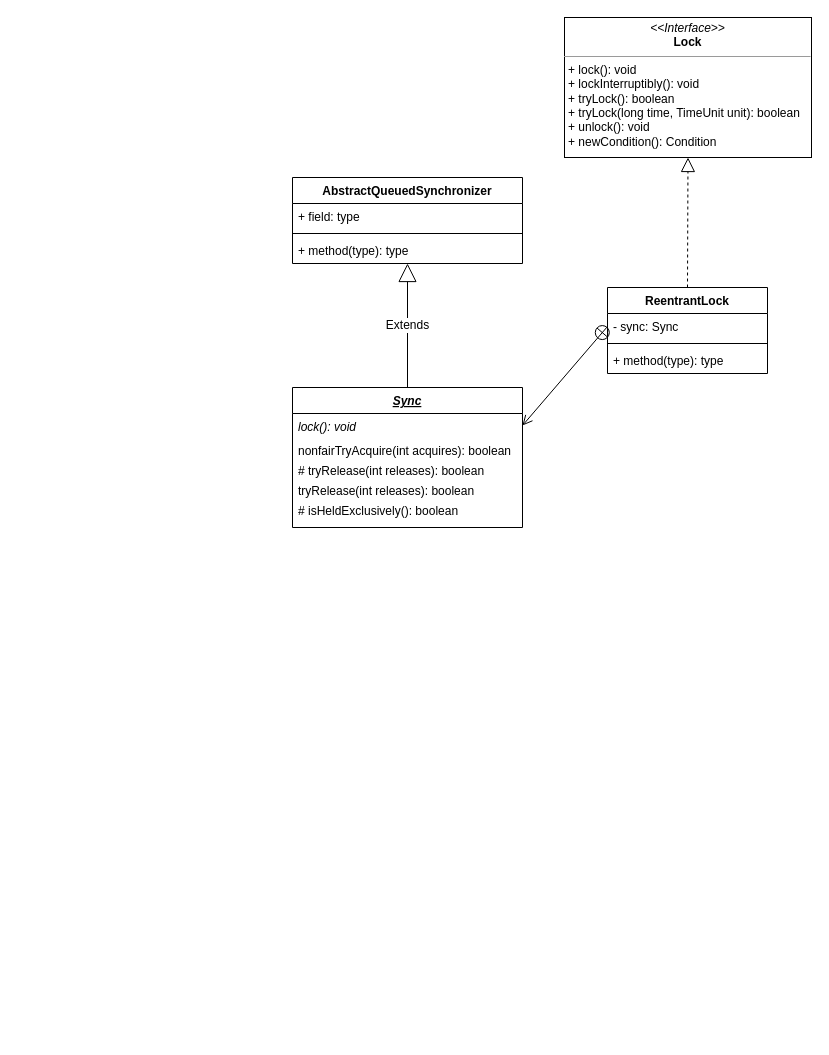
This is ReentrantLock.drawio from a7956232/drawIOFiles, a draw.io file, before an edit. Source tidied: cells renumbered, new cells numbered last; positions are measured from the earlier drawing's top-left corner, leaving out a move shared by most shapes. Both pictures are drawn from the tidied source at 100%, with x=0, y=0 at pixel (292, 17).
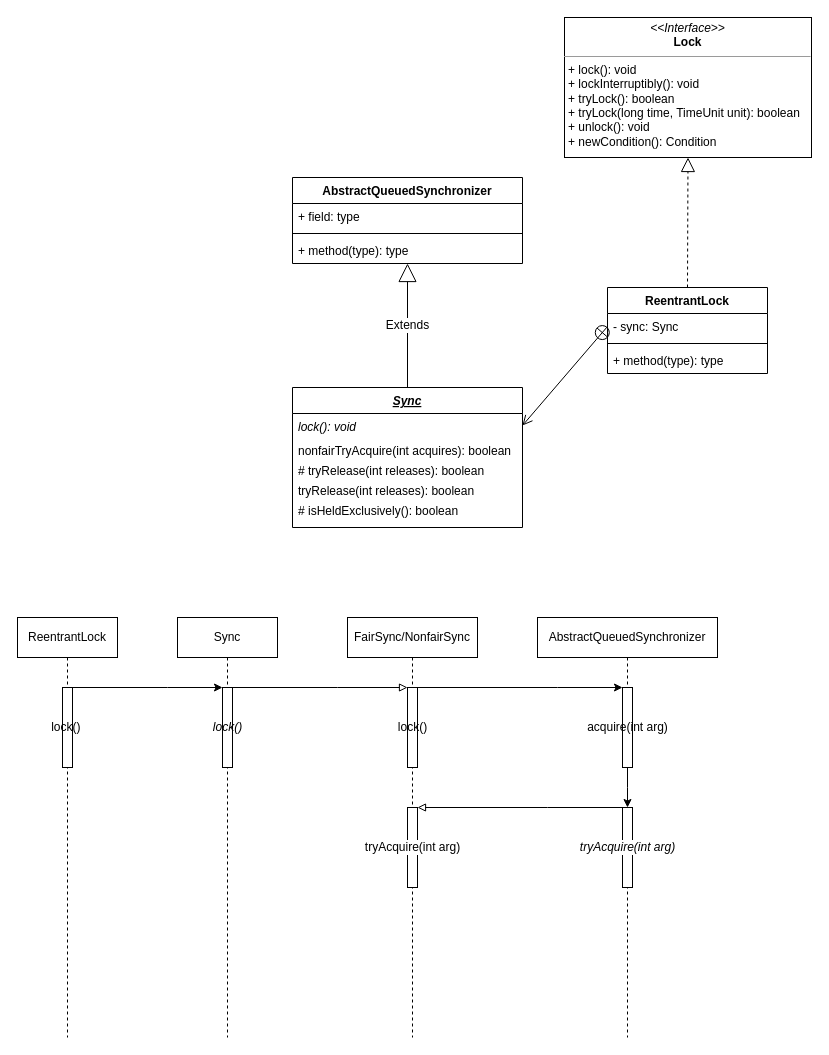
The same page after the edit.

Change to the diagram source:
```diff
@@
+    <mxCell id="20" value="ReentrantLock" style="shape=umlLifeline;perimeter=lifelinePerimeter;whiteSpace=wrap;html=1;newEdgeStyle={&quot;edgeStyle&quot;:&quot;elbowEdgeStyle&quot;,&quot;elbow&quot;:&quot;vertical&quot;,&quot;curved&quot;:0,&quot;rounded&quot;:0};" parent="1" vertex="1">
+      <mxGeometry x="-275" y="600" width="100" height="420" as="geometry" />
+    </mxCell>
+    <mxCell id="21" value="lock()&amp;nbsp;" style="html=1;points=[];perimeter=orthogonalPerimeter;outlineConnect=0;targetShapes=umlLifeline;portConstraint=eastwest;newEdgeStyle={&quot;edgeStyle&quot;:&quot;elbowEdgeStyle&quot;,&quot;elbow&quot;:&quot;vertical&quot;,&quot;curved&quot;:0,&quot;rounded&quot;:0};" parent="20" vertex="1">
+      <mxGeometry x="45" y="70" width="10" height="80" as="geometry" />
+    </mxCell>
+    <mxCell id="22" value="Sync" style="shape=umlLifeline;perimeter=lifelinePerimeter;whiteSpace=wrap;html=1;newEdgeStyle={&quot;edgeStyle&quot;:&quot;elbowEdgeStyle&quot;,&quot;elbow&quot;:&quot;vertical&quot;,&quot;curved&quot;:0,&quot;rounded&quot;:0};" parent="1" vertex="1">
+      <mxGeometry x="-115" y="600" width="100" height="420" as="geometry" />
+    </mxCell>
+    <mxCell id="23" value="&lt;i&gt;lock()&lt;/i&gt;" style="html=1;points=[];perimeter=orthogonalPerimeter;outlineConnect=0;targetShapes=umlLifeline;portConstraint=eastwest;newEdgeStyle={&quot;edgeStyle&quot;:&quot;elbowEdgeStyle&quot;,&quot;elbow&quot;:&quot;vertical&quot;,&quot;curved&quot;:0,&quot;rounded&quot;:0};" parent="22" vertex="1">
+      <mxGeometry x="45" y="70" width="10" height="80" as="geometry" />
+    </mxCell>
+    <mxCell id="24" style="edgeStyle=elbowEdgeStyle;rounded=0;jettySize=auto;html=1;elbow=vertical;curved=0;" parent="1" edge="1" source="21" target="23">
+      <mxGeometry relative="1" as="geometry">
+        <Array as="points">
+          <mxPoint x="-125" y="670" />
+        </Array>
+      </mxGeometry>
+    </mxCell>
+    <mxCell id="25" value="FairSync/NonfairSync" style="shape=umlLifeline;perimeter=lifelinePerimeter;whiteSpace=wrap;html=1;newEdgeStyle={&quot;edgeStyle&quot;:&quot;elbowEdgeStyle&quot;,&quot;elbow&quot;:&quot;vertical&quot;,&quot;curved&quot;:0,&quot;rounded&quot;:0};" parent="1" vertex="1">
+      <mxGeometry x="55" y="600" width="130" height="420" as="geometry" />
+    </mxCell>
+    <mxCell id="26" value="lock()" style="html=1;points=[];perimeter=orthogonalPerimeter;outlineConnect=0;targetShapes=umlLifeline;portConstraint=eastwest;newEdgeStyle={&quot;edgeStyle&quot;:&quot;elbowEdgeStyle&quot;,&quot;elbow&quot;:&quot;vertical&quot;,&quot;curved&quot;:0,&quot;rounded&quot;:0};" parent="25" vertex="1">
+      <mxGeometry x="60" y="70" width="10" height="80" as="geometry" />
+    </mxCell>
+    <mxCell id="27" value="&lt;span style=&quot;border-color: var(--border-color);&quot;&gt;tryAcquire(int arg)&lt;/span&gt;" style="html=1;points=[];perimeter=orthogonalPerimeter;outlineConnect=0;targetShapes=umlLifeline;portConstraint=eastwest;newEdgeStyle={&quot;edgeStyle&quot;:&quot;elbowEdgeStyle&quot;,&quot;elbow&quot;:&quot;vertical&quot;,&quot;curved&quot;:0,&quot;rounded&quot;:0};labelBackgroundColor=#FFFFFF;fontFamily=Helvetica;fontSize=12;fontColor=#000000;" parent="25" vertex="1">
+      <mxGeometry x="60" y="190" width="10" height="80" as="geometry" />
+    </mxCell>
+    <mxCell id="28" value="&lt;pre style=&quot;&quot;&gt;&lt;span style=&quot;background-color: rgb(255, 255, 255);&quot;&gt;&lt;font face=&quot;Helvetica&quot; style=&quot;font-size: 12px;&quot;&gt;AbstractQueuedSynchronizer&lt;/font&gt;&lt;/span&gt;&lt;/pre&gt;" style="shape=umlLifeline;perimeter=lifelinePerimeter;whiteSpace=wrap;html=1;newEdgeStyle={&quot;edgeStyle&quot;:&quot;elbowEdgeStyle&quot;,&quot;elbow&quot;:&quot;vertical&quot;,&quot;curved&quot;:0,&quot;rounded&quot;:0};" parent="1" vertex="1">
+      <mxGeometry x="245" y="600" width="180" height="420" as="geometry" />
+    </mxCell>
+    <mxCell id="29" style="edgeStyle=elbowEdgeStyle;rounded=0;jettySize=auto;html=1;elbow=vertical;curved=0;fontFamily=Helvetica;fontSize=12;fontColor=#000000;" parent="28" edge="1" source="30" target="31">
+      <mxGeometry relative="1" as="geometry" />
+    </mxCell>
+    <mxCell id="30" value="acquire(int arg)" style="html=1;points=[];perimeter=orthogonalPerimeter;outlineConnect=0;targetShapes=umlLifeline;portConstraint=eastwest;newEdgeStyle={&quot;edgeStyle&quot;:&quot;elbowEdgeStyle&quot;,&quot;elbow&quot;:&quot;vertical&quot;,&quot;curved&quot;:0,&quot;rounded&quot;:0};" parent="28" vertex="1">
+      <mxGeometry x="85" y="70" width="10" height="80" as="geometry" />
+    </mxCell>
+    <mxCell id="31" value="&lt;i&gt;tryAcquire(int arg)&lt;/i&gt;" style="html=1;points=[];perimeter=orthogonalPerimeter;outlineConnect=0;targetShapes=umlLifeline;portConstraint=eastwest;newEdgeStyle={&quot;edgeStyle&quot;:&quot;elbowEdgeStyle&quot;,&quot;elbow&quot;:&quot;vertical&quot;,&quot;curved&quot;:0,&quot;rounded&quot;:0};labelBackgroundColor=#FFFFFF;fontFamily=Helvetica;fontSize=12;fontColor=#000000;" parent="28" vertex="1">
+      <mxGeometry x="85" y="190" width="10" height="80" as="geometry" />
+    </mxCell>
+    <mxCell id="32" style="edgeStyle=elbowEdgeStyle;rounded=0;jettySize=auto;html=1;elbow=vertical;curved=0;fontFamily=Helvetica;fontSize=12;fontColor=#000000;endArrow=block;endFill=0;" parent="1" edge="1" source="23" target="26">
+      <mxGeometry relative="1" as="geometry">
+        <Array as="points">
+          <mxPoint x="45" y="670" />
+        </Array>
+      </mxGeometry>
+    </mxCell>
+    <mxCell id="33" style="edgeStyle=elbowEdgeStyle;rounded=0;jettySize=auto;html=1;elbow=vertical;curved=0;fontFamily=Helvetica;fontSize=12;fontColor=#000000;" parent="1" edge="1" source="26" target="30">
+      <mxGeometry relative="1" as="geometry">
+        <Array as="points">
+          <mxPoint x="265" y="670" />
+        </Array>
+      </mxGeometry>
+    </mxCell>
+    <mxCell id="34" style="edgeStyle=elbowEdgeStyle;rounded=0;jettySize=auto;html=1;elbow=vertical;curved=0;fontFamily=Helvetica;fontSize=12;fontColor=#000000;endArrow=block;endFill=0;" parent="1" edge="1" source="31" target="27">
+      <mxGeometry relative="1" as="geometry">
+        <Array as="points">
+          <mxPoint x="255" y="790" />
+        </Array>
+      </mxGeometry>
+    </mxCell>
```
